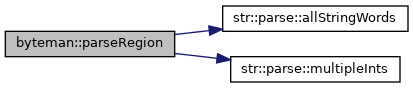
FPGA-Research-Manchester/byteman keeps this Graphviz diagram as classbyteman_a1455d24c97a2b5c3564201dd76df5286_cgraph.png. Above is the earlier version. Its source is kept beside it as classbyteman_a1455d24c97a2b5c3564201dd76df5286_cgraph.dot.
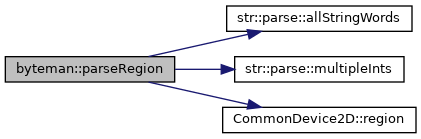
Later version of the same file.

The edit, as a diff of the source:
```diff
@@ -8,4 +8,6 @@
   Node2 [label="str::parse::allStringWords",height=0.2,width=0.4,color="black", fillcolor="white", style="filled",URL="$namespacestr_1_1parse.html#a0b2fd42b74ce3f482b4f1ece5f24881e",tooltip=" "];
   Node1 -> Node3 [color="midnightblue",fontsize="10",style="solid",fontname="Helvetica"];
   Node3 [label="str::parse::multipleInts",height=0.2,width=0.4,color="black", fillcolor="white", style="filled",URL="$namespacestr_1_1parse.html#a9f14cc7345a3fc0591a6afaf8033e6d1",tooltip=" "];
+  Node1 -> Node4 [color="midnightblue",fontsize="10",style="solid",fontname="Helvetica"];
+  Node4 [label="CommonDevice2D::region",height=0.2,width=0.4,color="black", fillcolor="white", style="filled",URL="$classCommonDevice2D.html#a2484e9d2bb5d8fd1c278f5097b1707b7",tooltip=" "];
 }
```
